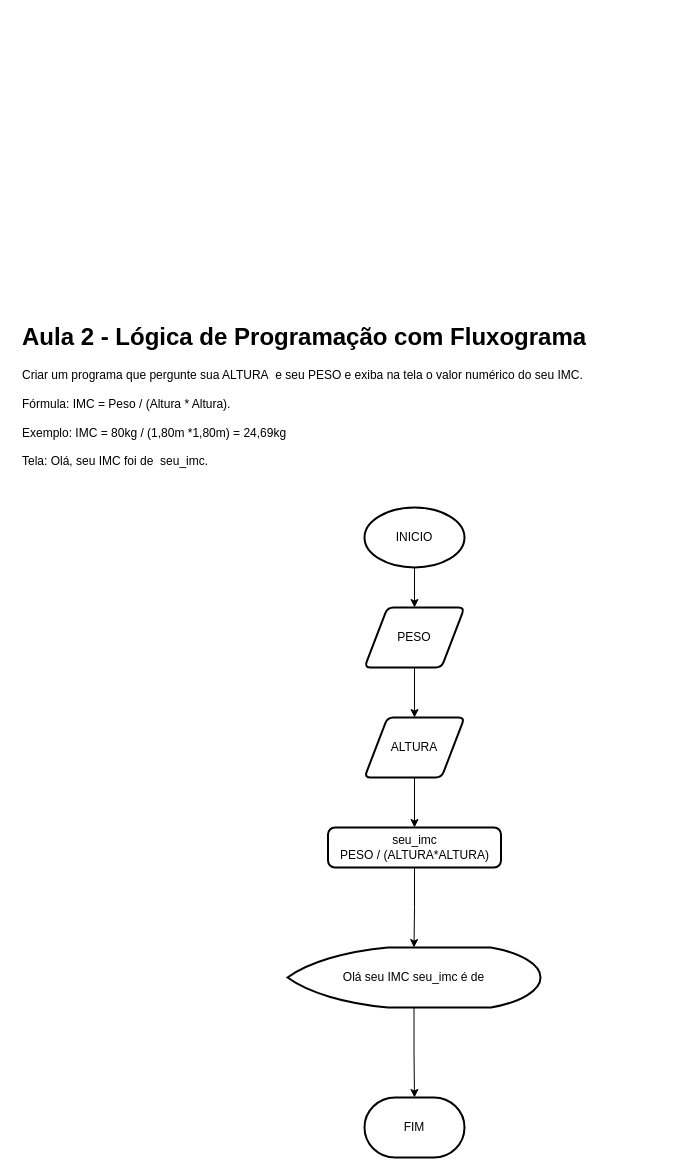
This is page "Ler Altura e peso (IMC - condicional):" (3 of 5) of Aula 3 - Logica de programação com FLUXOGRAMA.drawio from aran-wesley/CursoCSharp, a draw.io file, before an edit. Source tidied: cells renumbered, new cells numbered last; positions are measured from the earlier drawing's top-left corner, leaving out a move shared by most shapes. Both pictures are drawn from the tidied source at 100%, with x=0, y=0 at pixel (17, 317).
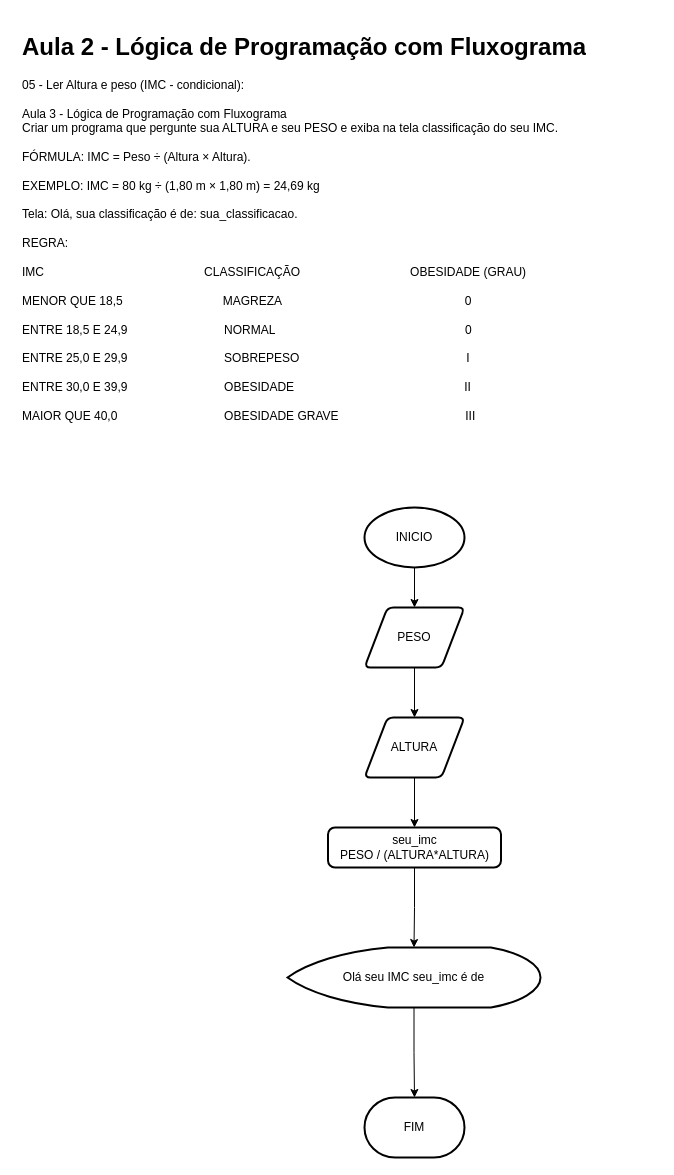
After the change.

Diff of the diagram source:
```diff
@@
 <mxGraphModel>
   <root>
     <mxCell id="0" />
     <mxCell id="1" parent="0" />
-    <mxCell id="2" value="&lt;h1&gt;Aula 2 - Lógica de Programação com Fluxograma&lt;/h1&gt;&lt;div&gt;Criar um programa que pergunte sua ALTURA&amp;nbsp; e seu PESO e exiba na tela o valor numérico do seu IMC.&lt;/div&gt;&lt;div&gt;&lt;br&gt;&lt;/div&gt;&lt;div&gt;Fórmula: IMC = Peso / (Altura * Altura).&lt;/div&gt;&lt;div&gt;&lt;br&gt;&lt;/div&gt;&lt;div&gt;Exemplo: IMC = 80kg / (1,80m *1,80m) = 24,69kg&lt;/div&gt;&lt;div&gt;&lt;br&gt;&lt;/div&gt;&lt;div&gt;Tela: Olá, seu IMC foi de&amp;nbsp; seu_imc.&lt;/div&gt;" style="text;html=1;strokeColor=none;fillColor=none;spacing=5;spacingTop=-20;whiteSpace=wrap;overflow=hidden;rounded=0;" parent="1" vertex="1">
-      <mxGeometry width="640" height="170" as="geometry" />
+    <mxCell id="2" value="&lt;h1&gt;Aula 2 - Lógica de Programação com Fluxograma&lt;/h1&gt;&lt;div&gt;&lt;div&gt;05 - Ler Altura e peso (IMC - condicional):&lt;/div&gt;&lt;div&gt;&lt;br&gt;&lt;/div&gt;&lt;div&gt;Aula 3 - Lógica de Programação com Fluxograma&lt;/div&gt;&lt;div&gt;Criar um programa que pergunte sua ALTURA e seu PESO e exiba na tela classificação do seu IMC.&lt;/div&gt;&lt;div&gt;&lt;br&gt;&lt;/div&gt;&lt;div&gt;FÓRMULA: IMC = Peso ÷ (Altura × Altura).&lt;/div&gt;&lt;div&gt;&lt;br&gt;&lt;/div&gt;&lt;div&gt;EXEMPLO: IMC = 80 kg ÷ (1,80 m × 1,80 m) = 24,69 kg&lt;/div&gt;&lt;div&gt;&lt;br&gt;&lt;/div&gt;&lt;div&gt;Tela: Olá, sua classificação é de: sua_classificacao.&lt;/div&gt;&lt;div&gt;&lt;br&gt;&lt;/div&gt;&lt;div&gt;REGRA:&lt;/div&gt;&lt;div&gt;&lt;br&gt;&lt;/div&gt;&lt;div&gt;IMC&amp;nbsp; &amp;nbsp; &amp;nbsp; &amp;nbsp; &amp;nbsp; &amp;nbsp; &amp;nbsp; &amp;nbsp; &amp;nbsp; &amp;nbsp; &amp;nbsp; &amp;nbsp; &amp;nbsp; &amp;nbsp; &amp;nbsp; &amp;nbsp; &amp;nbsp; &amp;nbsp; &amp;nbsp; &amp;nbsp; &amp;nbsp; &amp;nbsp; &amp;nbsp; &amp;nbsp;&lt;span&gt;    &lt;/span&gt;CLASSIFICAÇÃO&amp;nbsp; &amp;nbsp; &amp;nbsp; &amp;nbsp; &amp;nbsp; &amp;nbsp; &amp;nbsp; &amp;nbsp; &amp;nbsp; &amp;nbsp; &amp;nbsp; &amp;nbsp; &amp;nbsp; &amp;nbsp; &amp;nbsp; &amp;nbsp; &amp;nbsp;&lt;span&gt;&lt;/span&gt;OBESIDADE (GRAU)&lt;/div&gt;&lt;div&gt;&lt;br&gt;&lt;/div&gt;&lt;div&gt;MENOR QUE 18,5&amp;nbsp; &amp;nbsp; &amp;nbsp; &amp;nbsp; &amp;nbsp; &amp;nbsp; &amp;nbsp; &amp;nbsp; &amp;nbsp; &amp;nbsp; &amp;nbsp; &amp;nbsp; &amp;nbsp; &amp;nbsp; &amp;nbsp;&amp;nbsp;&lt;span&gt;&lt;/span&gt;MAGREZA &lt;span&gt;  &lt;/span&gt; &lt;span&gt; &lt;/span&gt;&amp;nbsp; &amp;nbsp; &amp;nbsp; &amp;nbsp; &amp;nbsp; &amp;nbsp; &amp;nbsp; &amp;nbsp; &amp;nbsp; &amp;nbsp; &amp;nbsp; &amp;nbsp; &amp;nbsp; &amp;nbsp; &amp;nbsp; &amp;nbsp; &amp;nbsp; &amp;nbsp; &amp;nbsp; &amp;nbsp; &amp;nbsp; &amp;nbsp; &amp;nbsp; &amp;nbsp; &amp;nbsp; &amp;nbsp; &amp;nbsp;&amp;nbsp;&lt;span&gt;&lt;/span&gt;&lt;span&gt;&lt;/span&gt;0&lt;/div&gt;&lt;div&gt;&lt;br&gt;&lt;/div&gt;&lt;div&gt;ENTRE 18,5 E 24,9&amp;nbsp; &amp;nbsp; &amp;nbsp; &amp;nbsp; &amp;nbsp; &amp;nbsp; &amp;nbsp; &amp;nbsp; &amp;nbsp; &amp;nbsp; &amp;nbsp; &amp;nbsp; &amp;nbsp; &amp;nbsp; &amp;nbsp;&lt;span&gt;&lt;/span&gt;NORMAL &lt;span&gt;   &lt;/span&gt;&amp;nbsp; &amp;nbsp; &amp;nbsp; &amp;nbsp; &amp;nbsp; &amp;nbsp; &amp;nbsp; &amp;nbsp; &amp;nbsp; &amp;nbsp; &amp;nbsp; &amp;nbsp; &amp;nbsp; &amp;nbsp; &amp;nbsp; &amp;nbsp; &amp;nbsp; &amp;nbsp; &amp;nbsp; &amp;nbsp; &amp;nbsp; &amp;nbsp; &amp;nbsp; &amp;nbsp; &amp;nbsp; &amp;nbsp; &amp;nbsp; &amp;nbsp; 0&lt;/div&gt;&lt;div&gt;&lt;br&gt;&lt;/div&gt;&lt;div&gt;ENTRE 25,0 E 29,9&amp;nbsp; &amp;nbsp; &amp;nbsp; &amp;nbsp; &amp;nbsp; &amp;nbsp; &amp;nbsp; &amp;nbsp; &amp;nbsp; &amp;nbsp; &amp;nbsp; &amp;nbsp; &amp;nbsp; &amp;nbsp; &amp;nbsp;SOBREPESO &lt;span&gt;  &lt;/span&gt;&amp;nbsp; &amp;nbsp;&lt;span&gt;&amp;nbsp; &amp;nbsp; &amp;nbsp; &amp;nbsp; &amp;nbsp; &amp;nbsp; &amp;nbsp; &amp;nbsp; &amp;nbsp; &amp;nbsp; &amp;nbsp; &amp;nbsp; &amp;nbsp; &amp;nbsp; &amp;nbsp; &amp;nbsp; &amp;nbsp; &amp;nbsp; &amp;nbsp; &amp;nbsp; &amp;nbsp; &amp;nbsp; &amp;nbsp;&amp;nbsp;&lt;/span&gt;I&lt;/div&gt;&lt;div&gt;&lt;br&gt;&lt;/div&gt;&lt;div&gt;ENTRE 30,0 E 39,9&amp;nbsp; &amp;nbsp; &amp;nbsp; &amp;nbsp; &amp;nbsp; &amp;nbsp; &amp;nbsp; &amp;nbsp; &amp;nbsp; &amp;nbsp; &amp;nbsp; &amp;nbsp; &amp;nbsp; &amp;nbsp; &amp;nbsp;OBESIDADE &lt;span&gt;   &lt;/span&gt;&amp;nbsp; &amp;nbsp;&lt;span&gt;&amp;nbsp; &amp;nbsp; &amp;nbsp; &amp;nbsp; &amp;nbsp; &amp;nbsp; &amp;nbsp; &amp;nbsp; &amp;nbsp; &amp;nbsp; &amp;nbsp; &amp;nbsp; &amp;nbsp; &amp;nbsp; &amp;nbsp; &amp;nbsp; &amp;nbsp; &amp;nbsp; &amp;nbsp; &amp;nbsp; &amp;nbsp; &amp;nbsp; &amp;nbsp; &amp;nbsp;&lt;/span&gt;II&lt;/div&gt;&lt;div&gt;&lt;br&gt;&lt;/div&gt;&lt;div&gt;MAIOR QUE 40,0&amp;nbsp; &amp;nbsp; &amp;nbsp; &amp;nbsp; &amp;nbsp; &amp;nbsp; &amp;nbsp; &amp;nbsp; &amp;nbsp; &amp;nbsp; &amp;nbsp; &amp;nbsp; &amp;nbsp; &amp;nbsp; &amp;nbsp; &amp;nbsp;&amp;nbsp;&lt;span&gt;&lt;/span&gt;OBESIDADE GRAVE &lt;span&gt; &lt;/span&gt;&amp;nbsp; &amp;nbsp; &amp;nbsp; &amp;nbsp; &amp;nbsp; &amp;nbsp; &amp;nbsp; &amp;nbsp; &amp;nbsp; &amp;nbsp; &amp;nbsp; &amp;nbsp; &amp;nbsp; &amp;nbsp; &amp;nbsp; &amp;nbsp; &amp;nbsp; &amp;nbsp; &amp;nbsp;&lt;span&gt;&lt;/span&gt;III&lt;/div&gt;&lt;/div&gt;" style="text;html=1;strokeColor=none;fillColor=none;spacing=5;spacingTop=-20;whiteSpace=wrap;overflow=hidden;rounded=0;" parent="1" vertex="1">
+      <mxGeometry y="-290" width="640" height="440" as="geometry" />
     </mxCell>
     <mxCell id="3" style="edgeStyle=orthogonalEdgeStyle;rounded=0;jettySize=auto;html=1;" parent="1" edge="1" source="4" target="6">
       <mxGeometry relative="1" as="geometry" />
     </mxCell>
     <mxCell id="4" value="INICIO" style="strokeWidth=2;html=1;shape=mxgraph.flowchart.start_1;whiteSpace=wrap;" parent="1" vertex="1">
       <mxGeometry x="347" y="190" width="100" height="60" as="geometry" />
     </mxCell>
     <mxCell id="5" style="edgeStyle=orthogonalEdgeStyle;rounded=0;jettySize=auto;html=1;" parent="1" edge="1" source="6" target="8">
       <mxGeometry relative="1" as="geometry" />
     </mxCell>
     <mxCell id="6" value="PESO" style="shape=parallelogram;html=1;strokeWidth=2;perimeter=parallelogramPerimeter;whiteSpace=wrap;rounded=1;arcSize=12;size=0.23;" parent="1" vertex="1">
       <mxGeometry x="347" y="290" width="100" height="60" as="geometry" />
     </mxCell>
     <mxCell id="7" style="edgeStyle=orthogonalEdgeStyle;rounded=0;jettySize=auto;html=1;" parent="1" edge="1" source="8" target="10">
       <mxGeometry relative="1" as="geometry" />
     </mxCell>
     <mxCell id="8" value="ALTURA" style="shape=parallelogram;html=1;strokeWidth=2;perimeter=parallelogramPerimeter;whiteSpace=wrap;rounded=1;arcSize=12;size=0.23;" parent="1" vertex="1">
       <mxGeometry x="347" y="400" width="100" height="60" as="geometry" />
     </mxCell>
     <mxCell id="9" style="edgeStyle=orthogonalEdgeStyle;rounded=0;jettySize=auto;html=1;" parent="1" edge="1" source="10" target="12">
       <mxGeometry relative="1" as="geometry" />
     </mxCell>
     <mxCell id="10" value="seu_imc&lt;br&gt;PESO / (ALTURA*ALTURA)" style="rounded=1;whiteSpace=wrap;html=1;absoluteArcSize=1;arcSize=14;strokeWidth=2;" parent="1" vertex="1">
       <mxGeometry x="310.5" y="510" width="173" height="40" as="geometry" />
     </mxCell>
     <mxCell id="11" style="edgeStyle=orthogonalEdgeStyle;rounded=0;jettySize=auto;html=1;" parent="1" edge="1" source="12" target="13">
       <mxGeometry relative="1" as="geometry" />
     </mxCell>
     <mxCell id="12" value="Olá seu IMC seu_imc é de" style="strokeWidth=2;html=1;shape=mxgraph.flowchart.display;whiteSpace=wrap;" parent="1" vertex="1">
       <mxGeometry x="270" y="630" width="253" height="60" as="geometry" />
     </mxCell>
     <mxCell id="13" value="FIM" style="strokeWidth=2;html=1;shape=mxgraph.flowchart.terminator;whiteSpace=wrap;" parent="1" vertex="1">
       <mxGeometry x="347" y="780" width="100" height="60" as="geometry" />
     </mxCell>
   </root>
 </mxGraphModel>
```
